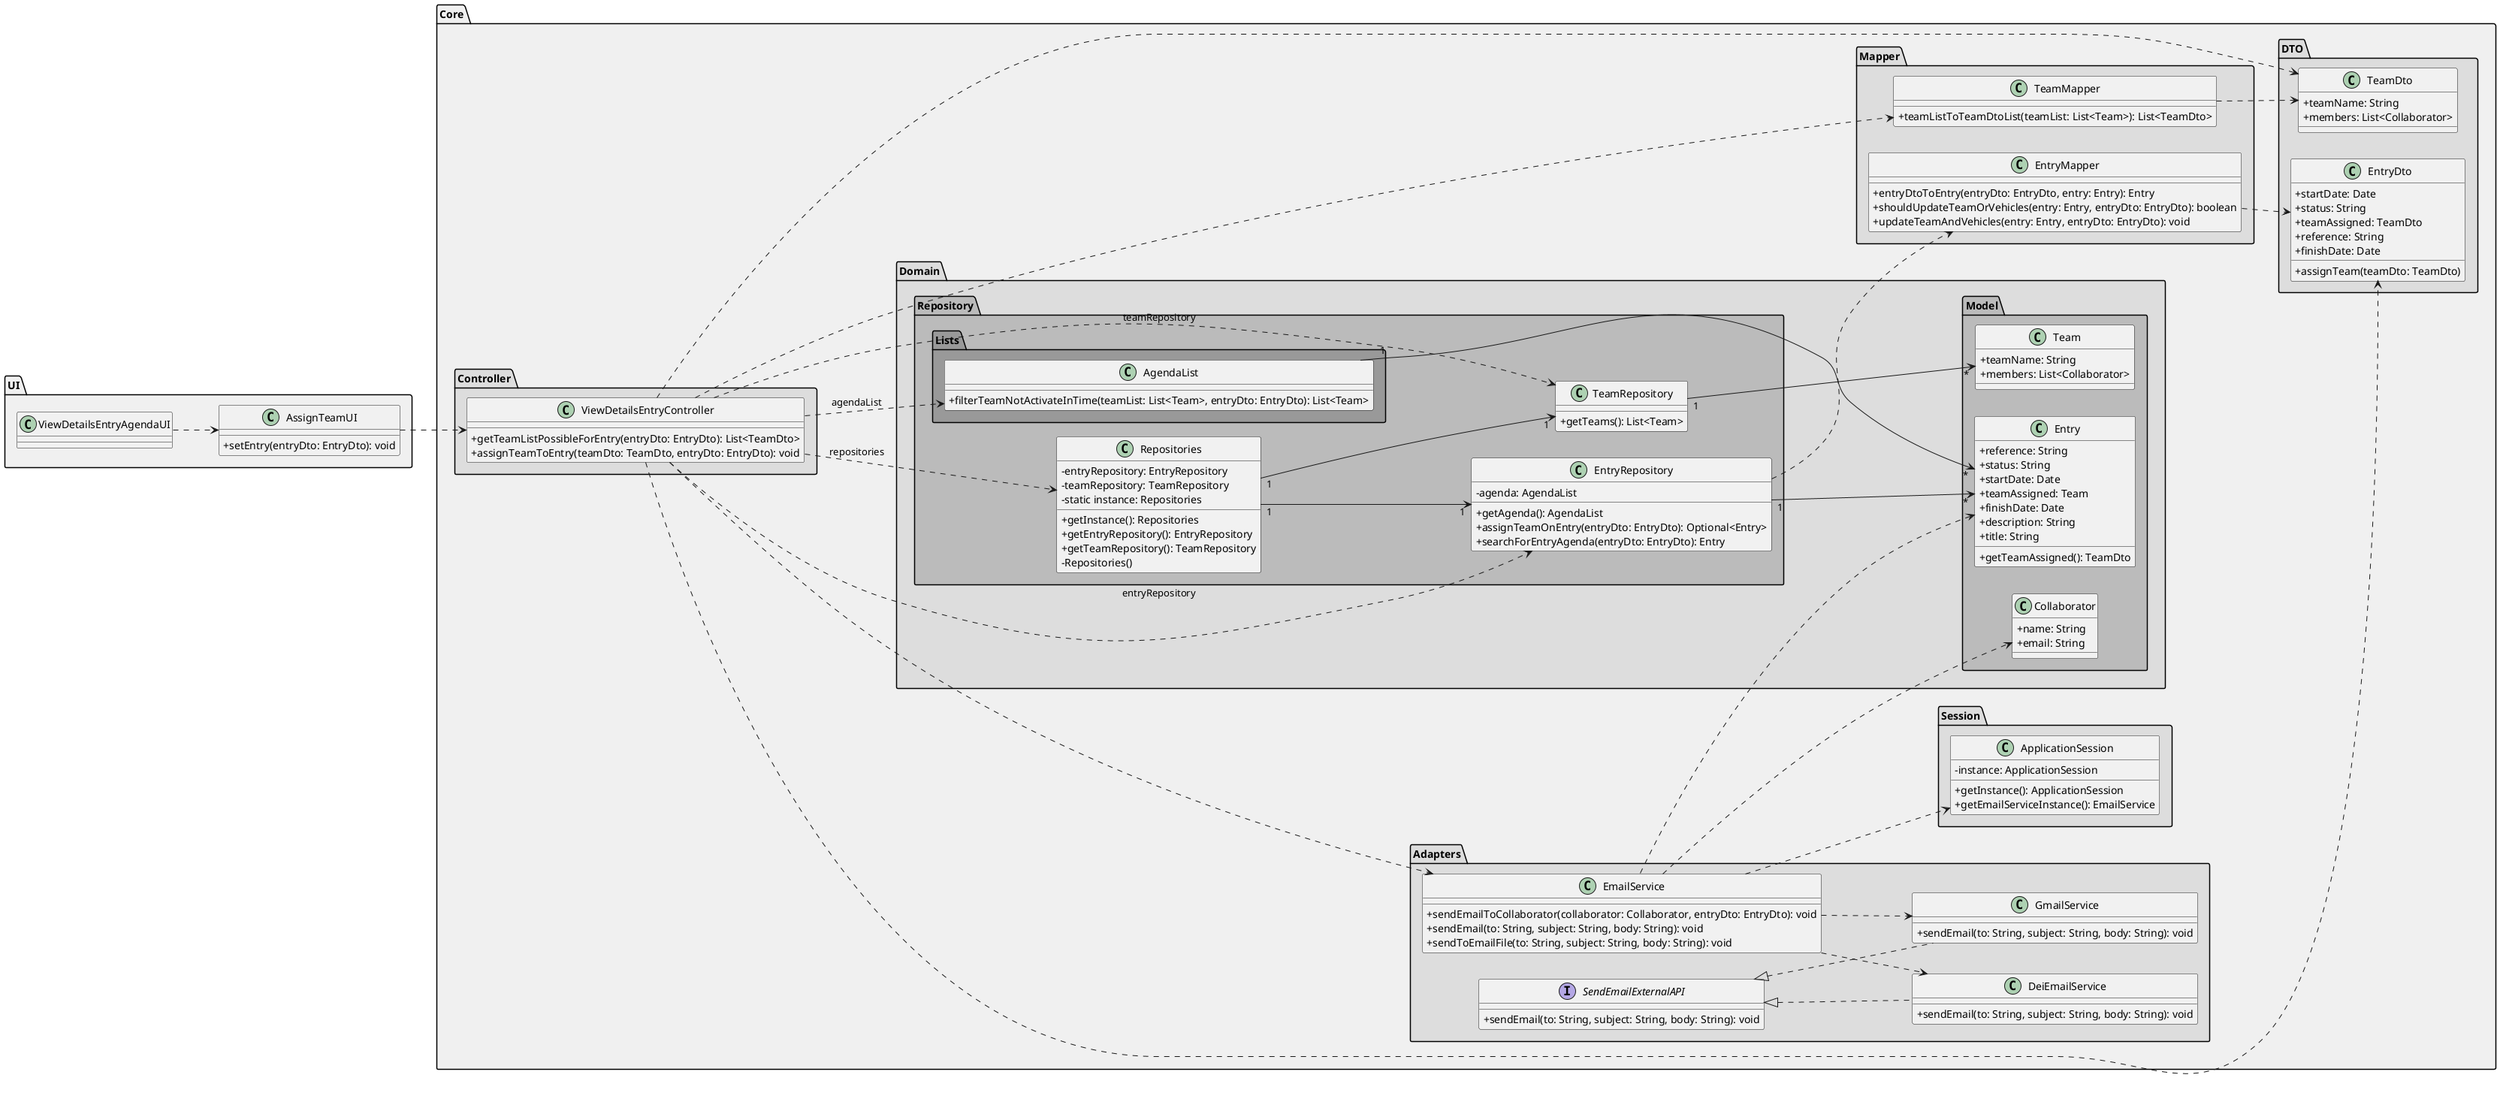
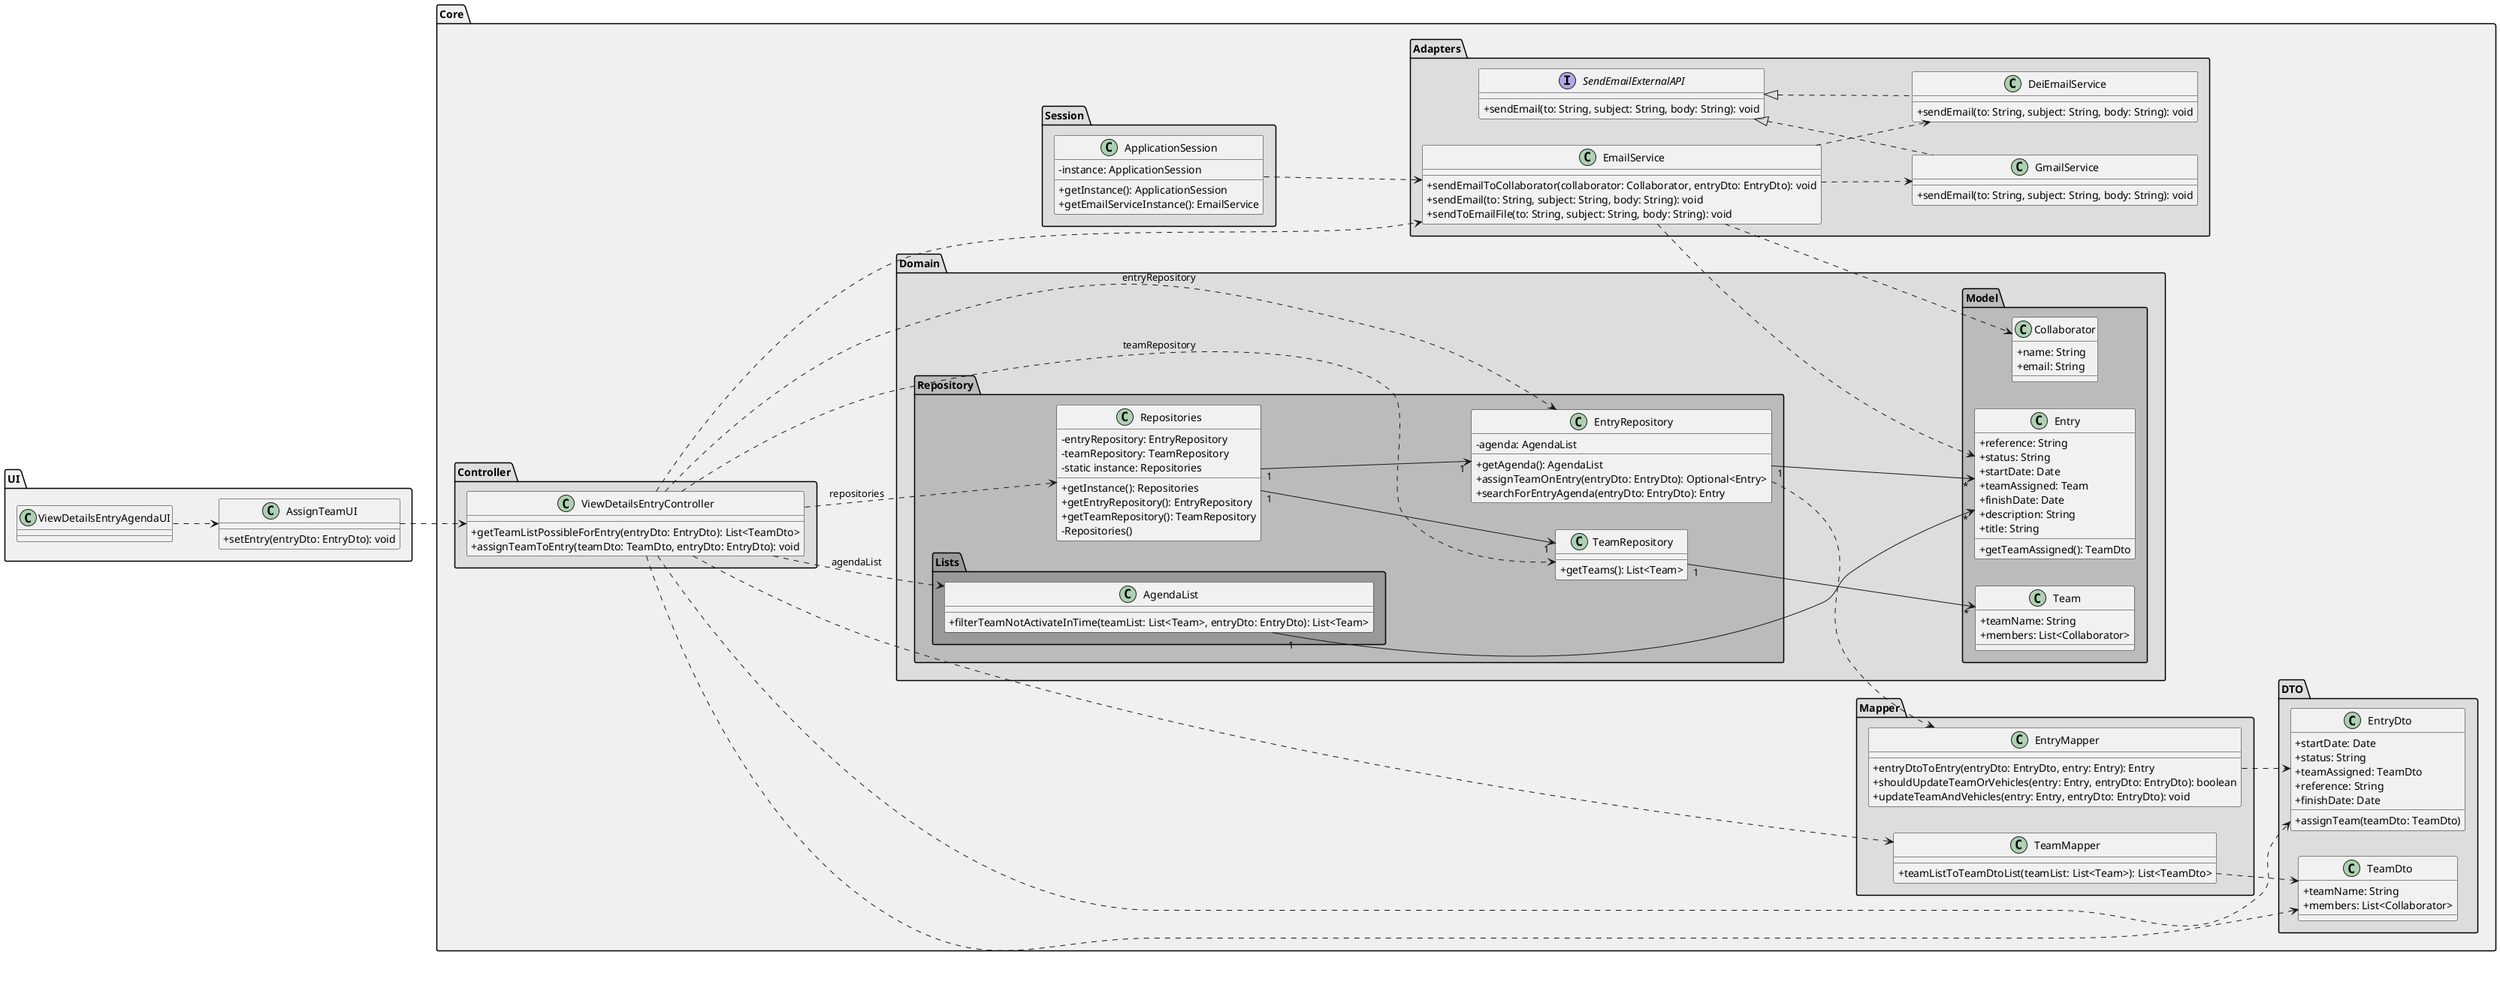
@startuml
skinparam shadowing false
skinparam classAttributeIconSize 0

left to right direction

package "UI" #f0f0f0{
    class ViewDetailsEntryAgendaUI {
    }

    class AssignTeamUI {
        +setEntry(entryDto: EntryDto): void
    }
}

package "Core" #f0f0f0{

package "Adapters" #ddd {
    class EmailService {
        +sendEmailToCollaborator(collaborator: Collaborator, entryDto: EntryDto): void
        +sendEmail(to: String, subject: String, body: String): void
        +sendToEmailFile(to: String, subject: String, body: String): void
    }

    class DeiEmailService implements SendEmailExternalAPI {
        +sendEmail(to: String, subject: String, body: String): void
    }

    class GmailService implements SendEmailExternalAPI {
        +sendEmail(to: String, subject: String, body: String): void
    }

    interface SendEmailExternalAPI{
        +sendEmail(to: String, subject: String, body: String): void
    }
}


package "Session" #ddd {
    class ApplicationSession {
        - instance: ApplicationSession
        + getInstance(): ApplicationSession
        + getEmailServiceInstance(): EmailService
    }
}

    package "Controller" #dddddd{

        class ViewDetailsEntryController {
            +getTeamListPossibleForEntry(entryDto: EntryDto): List<TeamDto>
            +assignTeamToEntry(teamDto: TeamDto, entryDto: EntryDto): void
        }

    }

    package "Mapper" #dddddd{

            class TeamMapper {
                +teamListToTeamDtoList(teamList: List<Team>): List<TeamDto>
            }

            class EntryMapper {
                +entryDtoToEntry(entryDto: EntryDto, entry: Entry): Entry
                +shouldUpdateTeamOrVehicles(entry: Entry, entryDto: EntryDto): boolean
                +updateTeamAndVehicles(entry: Entry, entryDto: EntryDto): void
            }
        }

        package "DTO" #dddddd{

            class EntryDto {
                +startDate: Date
                +status: String
                +teamAssigned: TeamDto
                +reference: String
                +finishDate: Date
                + assignTeam(teamDto: TeamDto)
            }

            class TeamDto {
                +teamName: String
                +members: List<Collaborator>
            }
        }

    package "Domain" #dddddd{


        package "Repository" #bbbbbb{

            class Repositories {
                - entryRepository: EntryRepository
                - teamRepository: TeamRepository
                - static instance: Repositories
                + getInstance(): Repositories
                + getEntryRepository(): EntryRepository
                + getTeamRepository(): TeamRepository
                - Repositories()
            }

            class EntryRepository {
                - agenda: AgendaList
                + getAgenda(): AgendaList
                + assignTeamOnEntry(entryDto: EntryDto): Optional<Entry>
                + searchForEntryAgenda(entryDto: EntryDto): Entry
            }

            class TeamRepository {
                + getTeams(): List<Team>
            }

            package "Lists" #999{
                class AgendaList {
                    + filterTeamNotActivateInTime(teamList: List<Team>, entryDto: EntryDto): List<Team>
                }
            }
        }

        package "Model" #bbbbbb{

            class Entry {
                +reference: String
                +status: String
                +startDate: Date
                +teamAssigned: Team
                +finishDate: Date
                +description: String
                +title: String
                +getTeamAssigned(): TeamDto
            }

            class Team {
                +teamName: String
                +members: List<Collaborator>
            }

            class Collaborator {
                +name: String
                +email: String
            }
        }
    }
}


ViewDetailsEntryAgendaUI ..> AssignTeamUI
AssignTeamUI ..> ViewDetailsEntryController
ViewDetailsEntryController ..> Repositories : repositories
ViewDetailsEntryController ..> EntryRepository : entryRepository
ViewDetailsEntryController ..> TeamRepository : teamRepository
ViewDetailsEntryController ..> AgendaList : agendaList
ViewDetailsEntryController ..> TeamMapper
ViewDetailsEntryController ..> EntryDto
EntryRepository ..> EntryMapper
ViewDetailsEntryController ..> TeamDto
ViewDetailsEntryController ..> EmailService
EmailService ..> Collaborator
EmailService ..> Entry
- EmailService ..> ApplicationSession
+ ApplicationSession ..> EmailService
EmailService ..> DeiEmailService
EmailService ..> GmailService

TeamRepository "1" --> "*" Team
EntryRepository "1" --> "*" Entry
Repositories "1" --> "1" TeamRepository
Repositories "1" --> "1" EntryRepository
AgendaList "1" --> "*" Entry
EntryMapper ..> EntryDto
TeamMapper ..> TeamDto

@enduml
